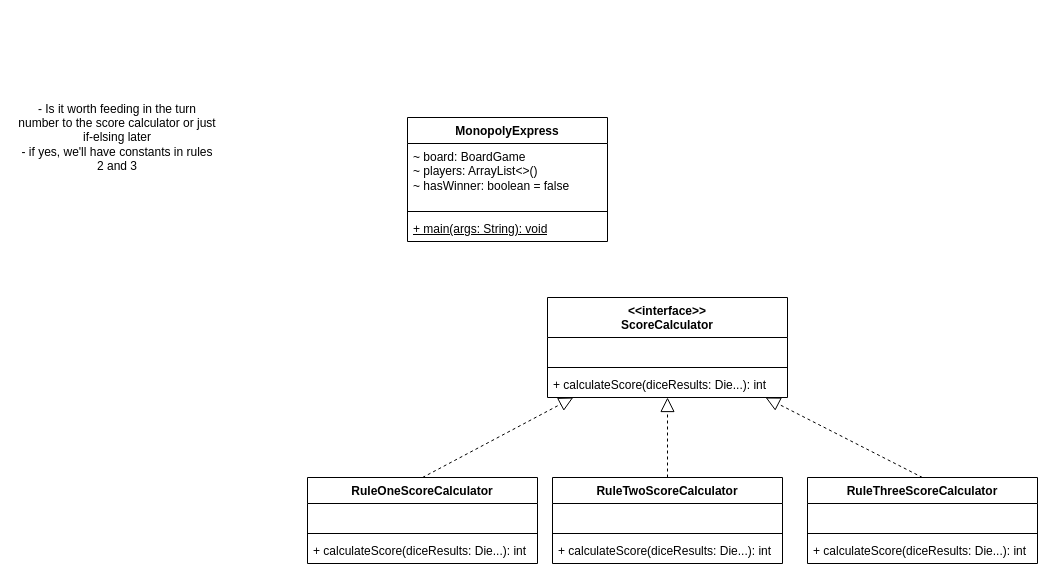
antonykimuom/SWEN30006-2025-SM1-workshop1-tuew05-14-00-team-12 keeps this draw.io diagram as workshop9-week10.drawio. Above is the earlier version. Source tidied: cells renumbered, new cells numbered last; positions are measured from the earlier drawing's top-left corner, leaving out a move shared by most shapes. Both pictures are drawn from the tidied source at 100%, with x=0, y=0 at pixel (17, 87).
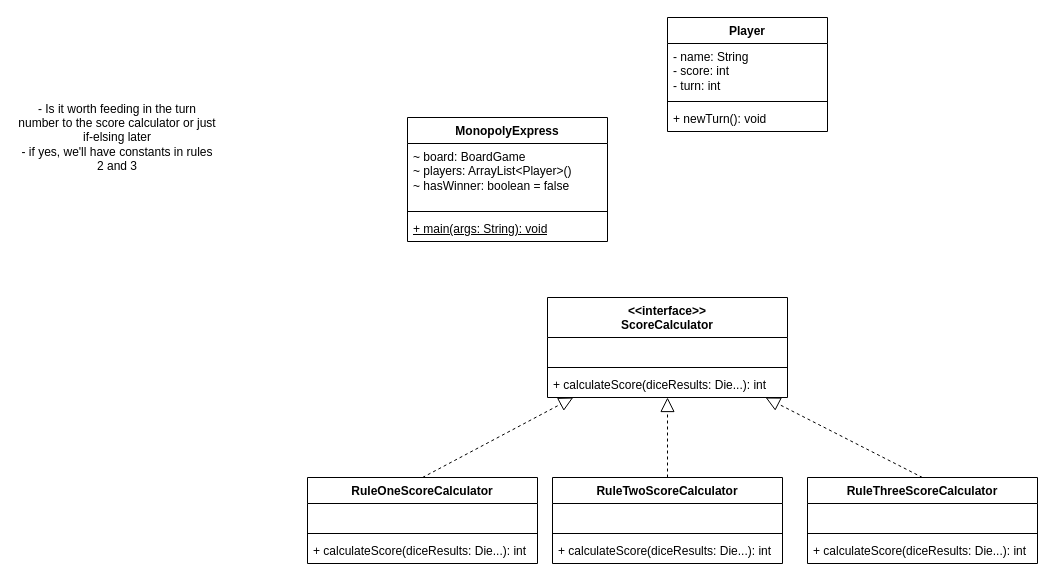
After the change.

Commit message:
added player class

Unchanged cells that the change refers to:
```xml
<mxCell id="2" value="MonopolyExpress" style="swimlane;fontStyle=1;align=center;verticalAlign=top;horizontal=1;startSize=26;whiteSpace=wrap;html=1;" parent="1" vertex="1">
  <mxGeometry x="390" y="30" width="200" height="124" as="geometry" />
</mxCell>
```

The edit, as a diff of the source:
```diff
@@
-    <mxCell id="3" value="~ board: BoardGame&lt;div&gt;~ players: ArrayList&amp;lt;&amp;gt;()&lt;/div&gt;&lt;div&gt;~ hasWinner: boolean = false&lt;/div&gt;" style="text;strokeColor=none;fillColor=none;align=left;verticalAlign=top;spacingLeft=4;spacingRight=4;overflow=hidden;whiteSpace=wrap;html=1;" parent="2" vertex="1">
+    <mxCell id="3" value="~ board: BoardGame&lt;div&gt;~ players: ArrayList&amp;lt;Player&amp;gt;()&lt;/div&gt;&lt;div&gt;~ hasWinner: boolean = false&lt;/div&gt;" style="text;strokeColor=none;fillColor=none;align=left;verticalAlign=top;spacingLeft=4;spacingRight=4;overflow=hidden;whiteSpace=wrap;html=1;" parent="2" vertex="1">
       <mxGeometry y="26" width="200" height="64" as="geometry" />
     </mxCell>
@@
+    <mxCell id="26" value="Player" style="swimlane;fontStyle=1;align=center;verticalAlign=top;horizontal=1;startSize=26;whiteSpace=wrap;html=1;" parent="1" vertex="1">
+      <mxGeometry x="650" y="-70" width="160" height="114" as="geometry" />
+    </mxCell>
+    <mxCell id="27" value="- name: String&lt;div&gt;- score: int&lt;/div&gt;&lt;div&gt;- turn: int&lt;/div&gt;" style="text;strokeColor=none;fillColor=none;align=left;verticalAlign=top;spacingLeft=4;spacingRight=4;overflow=hidden;whiteSpace=wrap;html=1;" parent="26" vertex="1">
+      <mxGeometry y="26" width="160" height="54" as="geometry" />
+    </mxCell>
+    <mxCell id="28" style="line;strokeWidth=1;fillColor=none;align=left;verticalAlign=middle;spacingTop=-1;spacingLeft=3;spacingRight=3;labelPosition=right;strokeColor=inherit;" parent="26" vertex="1">
+      <mxGeometry y="80" width="160" height="8" as="geometry" />
+    </mxCell>
+    <mxCell id="29" value="+ newTurn(): void" style="text;strokeColor=none;fillColor=none;align=left;verticalAlign=top;spacingLeft=4;spacingRight=4;overflow=hidden;whiteSpace=wrap;html=1;" parent="26" vertex="1">
+      <mxGeometry y="88" width="160" height="26" as="geometry" />
+    </mxCell>
```
